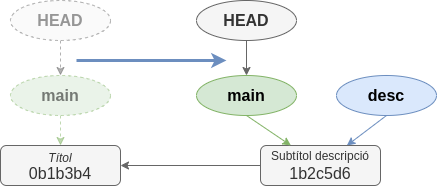
joapuiib/curs-git keeps this draw.io diagram as docs/apunts/img/branques/after_ff.png. Above is the earlier version. Source tidied: cells renumbered, new cells last; positions are measured from the earlier drawing's top-left corner, leaving out a move shared by most shapes.
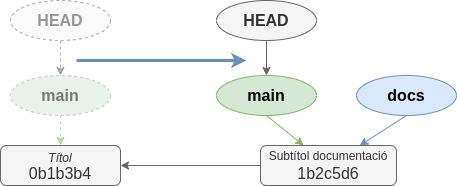
Above is the later version.

The edit, as a diff of the source:
```diff
@@ -20,31 +20,31 @@
     <mxCell id="7" style="rounded=0;jettySize=auto;html=1;exitX=0.5;exitY=1;exitDx=0;exitDy=0;fillColor=#dae8fc;strokeColor=#6c8ebf;" parent="1" edge="1" source="8" target="10">
       <mxGeometry relative="1" as="geometry" />
     </mxCell>
-    <mxCell id="8" value="desc" style="ellipse;whiteSpace=wrap;html=1;fillColor=#dae8fc;strokeColor=#6c8ebf;fontSize=16;fontStyle=1;" parent="1" vertex="1">
-      <mxGeometry x="336" y="75" width="100" height="40" as="geometry" />
+    <mxCell id="8" value="docs" style="ellipse;whiteSpace=wrap;html=1;fillColor=#dae8fc;strokeColor=#6c8ebf;fontSize=16;fontStyle=1;" parent="1" vertex="1">
+      <mxGeometry x="356" y="75" width="100" height="40" as="geometry" />
     </mxCell>
     <mxCell id="9" style="edgeStyle=orthogonalEdgeStyle;rounded=0;jettySize=auto;html=1;exitX=0;exitY=0.5;exitDx=0;exitDy=0;fillColor=#f5f5f5;strokeColor=#666666;" parent="1" edge="1" source="10" target="2">
       <mxGeometry relative="1" as="geometry" />
     </mxCell>
-    <mxCell id="10" value="&lt;div style=&quot;line-height: 100%;&quot;&gt;&lt;font style=&quot;font-size: 12px;&quot;&gt;Subtítol descripció&lt;/font&gt;&lt;/div&gt;1b2c5d6" style="rounded=1;whiteSpace=wrap;html=1;fontSize=16;fillColor=#f5f5f5;strokeColor=#666666;fontColor=#333333;" parent="1" vertex="1">
-      <mxGeometry x="260" y="145" width="120" height="40" as="geometry" />
+    <mxCell id="10" value="&lt;div style=&quot;line-height: 100%;&quot;&gt;&lt;font style=&quot;font-size: 12px;&quot;&gt;Subtítol documentació&lt;/font&gt;&lt;/div&gt;1b2c5d6" style="rounded=1;whiteSpace=wrap;html=1;fontSize=16;fillColor=#f5f5f5;strokeColor=#666666;fontColor=#333333;" parent="1" vertex="1">
+      <mxGeometry x="260" y="145" width="136" height="40" as="geometry" />
     </mxCell>
     <mxCell id="11" style="rounded=0;jettySize=auto;html=1;exitX=0.5;exitY=1;exitDx=0;exitDy=0;fillColor=#d5e8d4;strokeColor=#82b366;" parent="1" edge="1" source="12" target="10">
       <mxGeometry relative="1" as="geometry" />
     </mxCell>
     <mxCell id="12" value="main" style="ellipse;whiteSpace=wrap;html=1;fillColor=#d5e8d4;strokeColor=#82b366;fontSize=16;fontStyle=1;" parent="1" vertex="1">
-      <mxGeometry x="196" y="75" width="100" height="40" as="geometry" />
+      <mxGeometry x="216" y="75" width="100" height="40" as="geometry" />
     </mxCell>
     <mxCell id="13" style="edgeStyle=orthogonalEdgeStyle;rounded=0;jettySize=auto;html=1;exitX=0.5;exitY=1;exitDx=0;exitDy=0;fillColor=#f5f5f5;strokeColor=#666666;entryX=0.5;entryY=0;entryDx=0;entryDy=0;" parent="1" edge="1" source="14" target="12">
       <mxGeometry relative="1" as="geometry" />
     </mxCell>
     <mxCell id="14" value="HEAD" style="ellipse;whiteSpace=wrap;html=1;fillColor=#f5f5f5;strokeColor=#666666;fontSize=16;fontStyle=1;fontColor=#333333;" parent="1" vertex="1">
-      <mxGeometry x="196" width="100" height="40" as="geometry" />
+      <mxGeometry x="216" width="100" height="40" as="geometry" />
     </mxCell>
     <mxCell id="15" style="endArrow=classic;html=1;rounded=0;fillColor=#dae8fc;strokeColor=#6c8ebf;strokeWidth=3;" parent="1" edge="1">
       <mxGeometry relative="1" as="geometry">
         <mxPoint x="76" y="60" as="sourcePoint" />
-        <mxPoint x="226" y="60" as="targetPoint" />
+        <mxPoint x="246" y="60" as="targetPoint" />
       </mxGeometry>
     </mxCell>
   </root>
```
